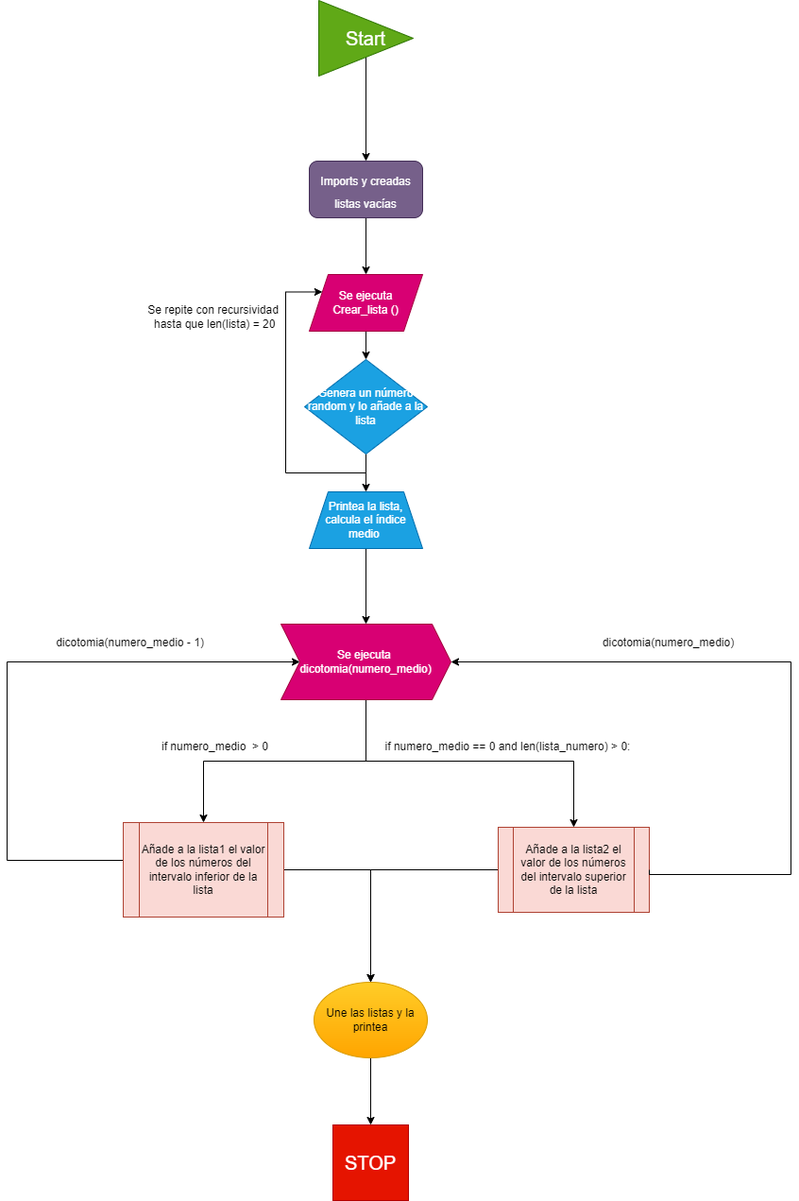
This is Flowcharts/Flow_Ejercicio1/Flowchart1.drawio.png from Diegodesantos1/EjerciciosOrdenar, a draw.io export, as it was before one commit. Source tidied: cells renumbered, new cells last; positions are measured from the earlier drawing's top-left corner, leaving out a move shared by most shapes. The source it was exported from:
```xml
<mxGraphModel>
  <root>
    <mxCell id="0" />
    <mxCell id="1" parent="0" />
    <mxCell id="2" style="edgeStyle=orthogonalEdgeStyle;rounded=0;jettySize=auto;html=1;fontSize=20;entryX=0.5;entryY=0;entryDx=0;entryDy=0;" parent="1" edge="1" source="3" target="5">
      <mxGeometry relative="1" as="geometry" />
    </mxCell>
    <mxCell id="3" value="&lt;font style=&quot;font-size: 20px&quot;&gt;Start&lt;/font&gt;" style="triangle;whiteSpace=wrap;html=1;fillColor=#60a917;fontColor=#ffffff;strokeColor=#2D7600;" parent="1" vertex="1">
      <mxGeometry x="330" width="100" height="80" as="geometry" />
    </mxCell>
    <mxCell id="4" style="edgeStyle=orthogonalEdgeStyle;rounded=0;jettySize=auto;html=1;fontSize=12;entryX=0.5;entryY=0;entryDx=0;entryDy=0;" parent="1" edge="1" source="5" target="7">
      <mxGeometry relative="1" as="geometry" />
    </mxCell>
    <mxCell id="5" value="&lt;font style=&quot;font-size: 12px&quot;&gt;Imports y creadas listas vacías&lt;/font&gt;" style="rounded=1;whiteSpace=wrap;html=1;fontSize=20;fillColor=#76608a;fontColor=#ffffff;strokeColor=#432D57;" parent="1" vertex="1">
      <mxGeometry x="320" y="170" width="120" height="60" as="geometry" />
    </mxCell>
    <mxCell id="6" style="edgeStyle=orthogonalEdgeStyle;rounded=0;jettySize=auto;html=1;fontSize=12;entryX=0.5;entryY=0;entryDx=0;entryDy=0;" parent="1" edge="1" source="7" target="10">
      <mxGeometry relative="1" as="geometry" />
    </mxCell>
    <mxCell id="7" value="Se ejecuta&lt;br&gt;Crear_lista ()" style="shape=parallelogram;perimeter=parallelogramPerimeter;whiteSpace=wrap;html=1;fixedSize=1;fontSize=12;fillColor=#d80073;fontColor=#ffffff;strokeColor=#A50040;" parent="1" vertex="1">
      <mxGeometry x="320" y="290" width="120" height="60" as="geometry" />
    </mxCell>
    <mxCell id="8" style="edgeStyle=orthogonalEdgeStyle;rounded=0;jettySize=auto;html=1;fontSize=12;entryX=0.5;entryY=0;entryDx=0;entryDy=0;entryPerimeter=0;" parent="1" edge="1" source="10" target="12">
      <mxGeometry relative="1" as="geometry" />
    </mxCell>
    <mxCell id="9" style="edgeStyle=orthogonalEdgeStyle;rounded=0;jettySize=auto;html=1;exitX=0.5;exitY=1;exitDx=0;exitDy=0;entryX=0;entryY=0.25;entryDx=0;entryDy=0;fontSize=12;" parent="1" edge="1" source="10" target="7">
      <mxGeometry relative="1" as="geometry">
        <Array as="points">
          <mxPoint x="380" y="500" />
          <mxPoint x="295" y="500" />
          <mxPoint x="295" y="309" />
        </Array>
      </mxGeometry>
    </mxCell>
    <mxCell id="10" value="Genera un número random y lo añade a la lista" style="rhombus;whiteSpace=wrap;html=1;fontSize=12;fillColor=#1ba1e2;fontColor=#ffffff;strokeColor=#006EAF;" parent="1" vertex="1">
      <mxGeometry x="315" y="380" width="130" height="100" as="geometry" />
    </mxCell>
    <mxCell id="11" style="edgeStyle=orthogonalEdgeStyle;rounded=0;jettySize=auto;html=1;fontSize=12;" parent="1" edge="1" source="12" target="16">
      <mxGeometry relative="1" as="geometry" />
    </mxCell>
    <mxCell id="12" value="Printea la lista, calcula el índice medio&amp;nbsp;" style="shape=trapezoid;perimeter=trapezoidPerimeter;whiteSpace=wrap;html=1;fixedSize=1;fontSize=12;fillColor=#1ba1e2;fontColor=#ffffff;strokeColor=#006EAF;" parent="1" vertex="1">
      <mxGeometry x="320" y="520" width="120" height="60" as="geometry" />
    </mxCell>
    <mxCell id="13" value="Se repite con recursividad&lt;br&gt;&amp;nbsp;hasta que len(lista) = 20" style="text;html=1;align=center;verticalAlign=middle;strokeColor=none;fillColor=none;fontSize=12;" parent="1" vertex="1">
      <mxGeometry x="143" y="320" width="150" height="30" as="geometry" />
    </mxCell>
    <mxCell id="14" style="edgeStyle=orthogonalEdgeStyle;rounded=0;jettySize=auto;html=1;fontSize=12;entryX=0.5;entryY=0;entryDx=0;entryDy=0;" parent="1" edge="1" source="16" target="19">
      <mxGeometry relative="1" as="geometry">
        <Array as="points">
          <mxPoint x="380" y="805" />
          <mxPoint x="208" y="805" />
        </Array>
      </mxGeometry>
    </mxCell>
    <mxCell id="15" style="edgeStyle=orthogonalEdgeStyle;rounded=0;jettySize=auto;html=1;fontSize=12;entryX=0.5;entryY=0;entryDx=0;entryDy=0;" parent="1" edge="1" source="16" target="21">
      <mxGeometry relative="1" as="geometry">
        <Array as="points">
          <mxPoint x="380" y="805" />
          <mxPoint x="600" y="805" />
        </Array>
      </mxGeometry>
    </mxCell>
    <mxCell id="16" value="Se ejecuta &lt;br&gt;dicotomia(numero_medio)" style="shape=step;perimeter=stepPerimeter;whiteSpace=wrap;html=1;fixedSize=1;fontSize=12;fillColor=#d80073;fontColor=#ffffff;strokeColor=#A50040;" parent="1" vertex="1">
      <mxGeometry x="290" y="660" width="180" height="80" as="geometry" />
    </mxCell>
    <mxCell id="17" style="edgeStyle=orthogonalEdgeStyle;rounded=0;jettySize=auto;html=1;fontSize=12;entryX=0;entryY=0.5;entryDx=0;entryDy=0;" parent="1" edge="1" source="19" target="16">
      <mxGeometry relative="1" as="geometry">
        <Array as="points">
          <mxPoint y="910" />
          <mxPoint y="700" />
        </Array>
      </mxGeometry>
    </mxCell>
    <mxCell id="18" style="edgeStyle=orthogonalEdgeStyle;rounded=0;jettySize=auto;html=1;fontSize=12;entryX=0.5;entryY=0;entryDx=0;entryDy=0;" parent="1" edge="1" source="19" target="28">
      <mxGeometry relative="1" as="geometry" />
    </mxCell>
    <mxCell id="19" value="&lt;span&gt;Añade a la lista1 el valor de los números del intervalo inferior de la lista&lt;/span&gt;" style="shape=process;whiteSpace=wrap;html=1;backgroundOutline=1;fontSize=12;fillColor=#fad9d5;strokeColor=#ae4132;" parent="1" vertex="1">
      <mxGeometry x="123" y="870" width="170" height="100" as="geometry" />
    </mxCell>
    <mxCell id="20" style="edgeStyle=orthogonalEdgeStyle;rounded=0;jettySize=auto;html=1;fontSize=12;entryX=0.5;entryY=0;entryDx=0;entryDy=0;" parent="1" edge="1" source="21" target="28">
      <mxGeometry relative="1" as="geometry" />
    </mxCell>
    <mxCell id="21" value="Añade a la lista2 el valor de los números del intervalo superior de la lista" style="shape=process;whiteSpace=wrap;html=1;backgroundOutline=1;fontSize=12;fillColor=#fad9d5;strokeColor=#ae4132;" parent="1" vertex="1">
      <mxGeometry x="520" y="875" width="160" height="90" as="geometry" />
    </mxCell>
    <mxCell id="22" value="if numero_medio&amp;nbsp; &amp;gt; 0" style="text;html=1;align=center;verticalAlign=middle;strokeColor=none;fillColor=none;fontSize=12;" parent="1" vertex="1">
      <mxGeometry x="155" y="780" width="130" height="20" as="geometry" />
    </mxCell>
    <mxCell id="23" value="dicotomia(numero_medio - 1)" style="text;html=1;align=center;verticalAlign=middle;strokeColor=none;fillColor=none;fontSize=12;" parent="1" vertex="1">
      <mxGeometry x="45" y="670" width="170" height="20" as="geometry" />
    </mxCell>
    <mxCell id="24" value="if numero_medio == 0 and len(lista_numero) &amp;gt; 0:" style="text;html=1;align=center;verticalAlign=middle;strokeColor=none;fillColor=none;fontSize=12;" parent="1" vertex="1">
      <mxGeometry x="390" y="780" width="280" height="20" as="geometry" />
    </mxCell>
    <mxCell id="25" style="edgeStyle=orthogonalEdgeStyle;rounded=0;jettySize=auto;html=1;fontSize=12;entryX=1;entryY=0.5;entryDx=0;entryDy=0;exitX=1;exitY=0.5;exitDx=0;exitDy=0;" parent="1" edge="1" source="21" target="16">
      <mxGeometry relative="1" as="geometry">
        <Array as="points">
          <mxPoint x="830" y="925" />
          <mxPoint x="830" y="700" />
        </Array>
      </mxGeometry>
    </mxCell>
    <mxCell id="26" value="dicotomia(numero_medio)" style="text;html=1;align=center;verticalAlign=middle;strokeColor=none;fillColor=none;fontSize=12;" parent="1" vertex="1">
      <mxGeometry x="625" y="670" width="150" height="20" as="geometry" />
    </mxCell>
    <mxCell id="27" style="edgeStyle=orthogonalEdgeStyle;rounded=0;jettySize=auto;html=1;fontSize=12;entryX=0.5;entryY=0;entryDx=0;entryDy=0;" parent="1" edge="1" source="28" target="29">
      <mxGeometry relative="1" as="geometry" />
    </mxCell>
    <mxCell id="28" value="Une las listas y la printea" style="ellipse;whiteSpace=wrap;html=1;fontSize=12;fillColor=#ffcd28;gradientColor=#ffa500;strokeColor=#d79b00;" parent="1" vertex="1">
      <mxGeometry x="325" y="1039" width="120" height="80" as="geometry" />
    </mxCell>
    <mxCell id="29" value="&lt;font style=&quot;font-size: 20px&quot;&gt;STOP&lt;/font&gt;" style="whiteSpace=wrap;html=1;fontSize=12;fillColor=#e51400;fontColor=#ffffff;strokeColor=#B20000;" parent="1" vertex="1">
      <mxGeometry x="345" y="1190" width="80" height="80" as="geometry" />
    </mxCell>
  </root>
</mxGraphModel>
```
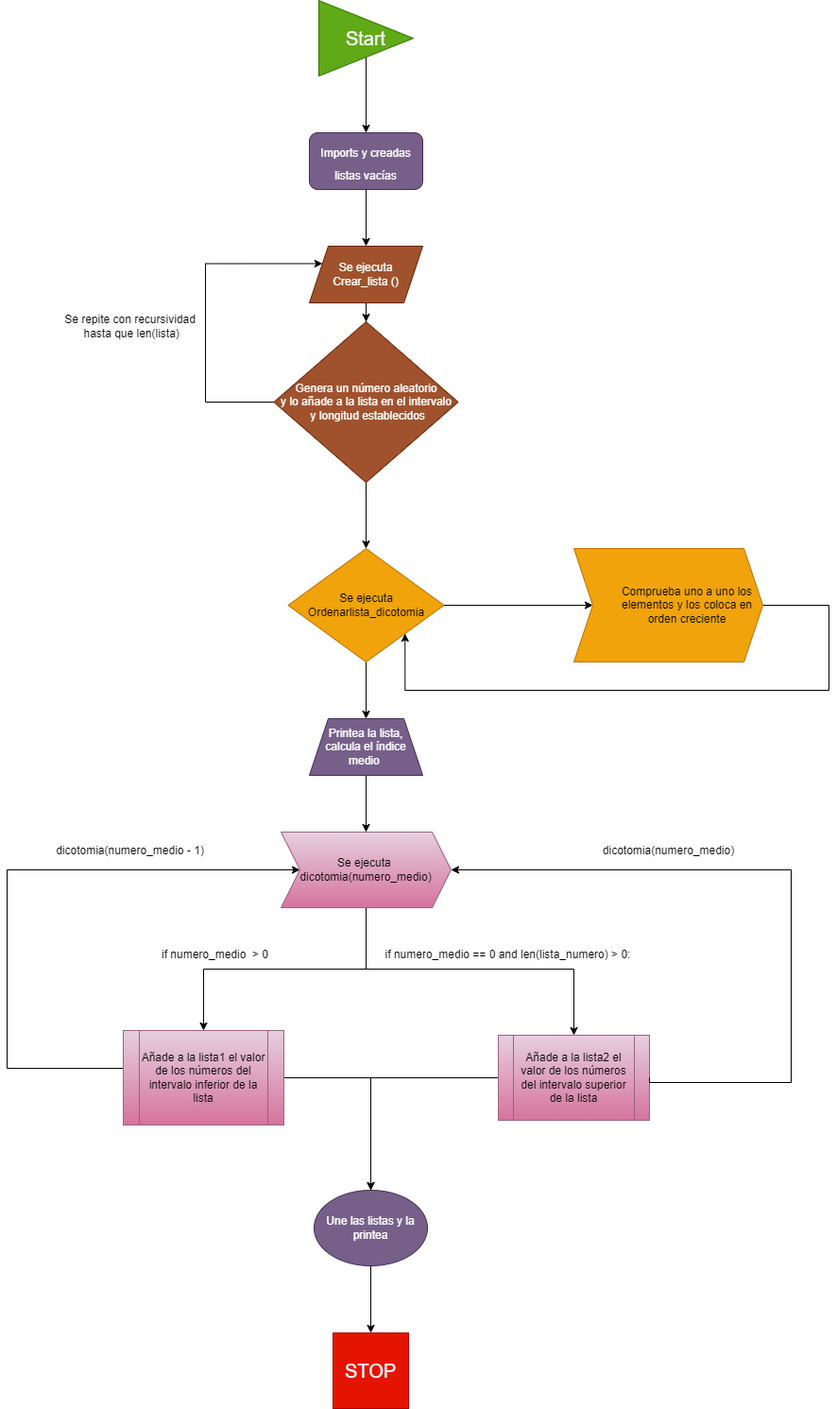
Above is the later version.

Commit message:
arreglado el flowchart 1

Diff of the diagram source:
```diff
@@ -5,44 +5,43 @@
     <mxCell id="2" style="edgeStyle=orthogonalEdgeStyle;rounded=0;jettySize=auto;html=1;fontSize=20;entryX=0.5;entryY=0;entryDx=0;entryDy=0;" parent="1" edge="1" source="3" target="5">
       <mxGeometry relative="1" as="geometry" />
     </mxCell>
-    <mxCell id="3" value="&lt;font style=&quot;font-size: 20px&quot;&gt;Start&lt;/font&gt;" style="triangle;whiteSpace=wrap;html=1;fillColor=#60a917;fontColor=#ffffff;strokeColor=#2D7600;" parent="1" vertex="1">
-      <mxGeometry x="330" width="100" height="80" as="geometry" />
+    <mxCell id="3" value="&lt;font style=&quot;font-size: 20px&quot;&gt;Start&lt;/font&gt;" style="triangle;whiteSpace=wrap;html=1;fillColor=#60a917;fontColor=#ffffff;strokeColor=#2D7600;align=center;" parent="1" vertex="1">
+      <mxGeometry x="330" y="-220" width="100" height="80" as="geometry" />
     </mxCell>
     <mxCell id="4" style="edgeStyle=orthogonalEdgeStyle;rounded=0;jettySize=auto;html=1;fontSize=12;entryX=0.5;entryY=0;entryDx=0;entryDy=0;" parent="1" edge="1" source="5" target="7">
       <mxGeometry relative="1" as="geometry" />
     </mxCell>
     <mxCell id="5" value="&lt;font style=&quot;font-size: 12px&quot;&gt;Imports y creadas listas vacías&lt;/font&gt;" style="rounded=1;whiteSpace=wrap;html=1;fontSize=20;fillColor=#76608a;fontColor=#ffffff;strokeColor=#432D57;" parent="1" vertex="1">
-      <mxGeometry x="320" y="170" width="120" height="60" as="geometry" />
+      <mxGeometry x="320" y="-80" width="120" height="60" as="geometry" />
     </mxCell>
     <mxCell id="6" style="edgeStyle=orthogonalEdgeStyle;rounded=0;jettySize=auto;html=1;fontSize=12;entryX=0.5;entryY=0;entryDx=0;entryDy=0;" parent="1" edge="1" source="7" target="10">
       <mxGeometry relative="1" as="geometry" />
     </mxCell>
-    <mxCell id="7" value="Se ejecuta&lt;br&gt;Crear_lista ()" style="shape=parallelogram;perimeter=parallelogramPerimeter;whiteSpace=wrap;html=1;fixedSize=1;fontSize=12;fillColor=#d80073;fontColor=#ffffff;strokeColor=#A50040;" parent="1" vertex="1">
-      <mxGeometry x="320" y="290" width="120" height="60" as="geometry" />
+    <mxCell id="7" value="Se ejecuta&lt;br&gt;Crear_lista ()" style="shape=parallelogram;perimeter=parallelogramPerimeter;whiteSpace=wrap;html=1;fixedSize=1;fontSize=12;fillColor=#a0522d;fontColor=#ffffff;strokeColor=#6D1F00;" parent="1" vertex="1">
+      <mxGeometry x="320" y="40" width="120" height="60" as="geometry" />
     </mxCell>
-    <mxCell id="8" style="edgeStyle=orthogonalEdgeStyle;rounded=0;jettySize=auto;html=1;fontSize=12;entryX=0.5;entryY=0;entryDx=0;entryDy=0;entryPerimeter=0;" parent="1" edge="1" source="10" target="12">
-      <mxGeometry relative="1" as="geometry" />
-    </mxCell>
-    <mxCell id="9" style="edgeStyle=orthogonalEdgeStyle;rounded=0;jettySize=auto;html=1;exitX=0.5;exitY=1;exitDx=0;exitDy=0;entryX=0;entryY=0.25;entryDx=0;entryDy=0;fontSize=12;" parent="1" edge="1" source="10" target="7">
+    <mxCell id="9" style="edgeStyle=orthogonalEdgeStyle;rounded=0;jettySize=auto;html=1;entryX=0;entryY=0.25;entryDx=0;entryDy=0;fontSize=12;exitX=0;exitY=0.5;exitDx=0;exitDy=0;" parent="1" edge="1" source="10" target="7">
       <mxGeometry relative="1" as="geometry">
         <Array as="points">
-          <mxPoint x="380" y="500" />
-          <mxPoint x="295" y="500" />
-          <mxPoint x="295" y="309" />
+          <mxPoint x="210" y="205" />
+          <mxPoint x="210" y="58" />
         </Array>
       </mxGeometry>
     </mxCell>
+    <mxCell id="30" style="edgeStyle=orthogonalEdgeStyle;rounded=0;jettySize=auto;html=1;entryX=0.5;entryY=0;entryDx=0;entryDy=0;" parent="1" edge="1" source="10" target="33">
+      <mxGeometry relative="1" as="geometry" />
+    </mxCell>
-    <mxCell id="10" value="Genera un número random y lo añade a la lista" style="rhombus;whiteSpace=wrap;html=1;fontSize=12;fillColor=#1ba1e2;fontColor=#ffffff;strokeColor=#006EAF;" parent="1" vertex="1">
-      <mxGeometry x="315" y="380" width="130" height="100" as="geometry" />
+    <mxCell id="10" value="Genera un número aleatorio&lt;br&gt;y lo añade a la lista en el intervalo&lt;br&gt;&amp;nbsp;y longitud establecidos" style="rhombus;whiteSpace=wrap;html=1;fontSize=12;fillColor=#a0522d;fontColor=#ffffff;strokeColor=#6D1F00;" parent="1" vertex="1">
+      <mxGeometry x="282.5" y="120" width="195" height="170" as="geometry" />
     </mxCell>
     <mxCell id="11" style="edgeStyle=orthogonalEdgeStyle;rounded=0;jettySize=auto;html=1;fontSize=12;" parent="1" edge="1" source="12" target="16">
       <mxGeometry relative="1" as="geometry" />
     </mxCell>
-    <mxCell id="12" value="Printea la lista, calcula el índice medio&amp;nbsp;" style="shape=trapezoid;perimeter=trapezoidPerimeter;whiteSpace=wrap;html=1;fixedSize=1;fontSize=12;fillColor=#1ba1e2;fontColor=#ffffff;strokeColor=#006EAF;" parent="1" vertex="1">
-      <mxGeometry x="320" y="520" width="120" height="60" as="geometry" />
+    <mxCell id="12" value="Printea la lista, calcula el índice medio&amp;nbsp;" style="shape=trapezoid;perimeter=trapezoidPerimeter;whiteSpace=wrap;html=1;fixedSize=1;fontSize=12;fillColor=#76608a;fontColor=#ffffff;strokeColor=#432D57;" parent="1" vertex="1">
+      <mxGeometry x="320" y="540" width="120" height="60" as="geometry" />
     </mxCell>
-    <mxCell id="13" value="Se repite con recursividad&lt;br&gt;&amp;nbsp;hasta que len(lista) = 20" style="text;html=1;align=center;verticalAlign=middle;strokeColor=none;fillColor=none;fontSize=12;" parent="1" vertex="1">
-      <mxGeometry x="143" y="320" width="150" height="30" as="geometry" />
+    <mxCell id="13" value="Se repite con recursividad&lt;br&gt;&amp;nbsp;hasta que len(lista)" style="text;html=1;align=center;verticalAlign=middle;strokeColor=none;fillColor=none;fontSize=12;" parent="1" vertex="1">
+      <mxGeometry x="55" y="110" width="150" height="30" as="geometry" />
     </mxCell>
     <mxCell id="14" style="edgeStyle=orthogonalEdgeStyle;rounded=0;jettySize=auto;html=1;fontSize=12;entryX=0.5;entryY=0;entryDx=0;entryDy=0;" parent="1" edge="1" source="16" target="19">
       <mxGeometry relative="1" as="geometry">
@@ -60,7 +59,7 @@
         </Array>
       </mxGeometry>
     </mxCell>
-    <mxCell id="16" value="Se ejecuta &lt;br&gt;dicotomia(numero_medio)" style="shape=step;perimeter=stepPerimeter;whiteSpace=wrap;html=1;fixedSize=1;fontSize=12;fillColor=#d80073;fontColor=#ffffff;strokeColor=#A50040;" parent="1" vertex="1">
+    <mxCell id="16" value="Se ejecuta &lt;br&gt;dicotomia(numero_medio)" style="shape=step;perimeter=stepPerimeter;whiteSpace=wrap;html=1;fixedSize=1;fontSize=12;fillColor=#e6d0de;strokeColor=#996185;gradientColor=#d5739d;" parent="1" vertex="1">
       <mxGeometry x="290" y="660" width="180" height="80" as="geometry" />
     </mxCell>
     <mxCell id="17" style="edgeStyle=orthogonalEdgeStyle;rounded=0;jettySize=auto;html=1;fontSize=12;entryX=0;entryY=0.5;entryDx=0;entryDy=0;" parent="1" edge="1" source="19" target="16">
@@ -74,13 +73,13 @@
     <mxCell id="18" style="edgeStyle=orthogonalEdgeStyle;rounded=0;jettySize=auto;html=1;fontSize=12;entryX=0.5;entryY=0;entryDx=0;entryDy=0;" parent="1" edge="1" source="19" target="28">
       <mxGeometry relative="1" as="geometry" />
     </mxCell>
-    <mxCell id="19" value="&lt;span&gt;Añade a la lista1 el valor de los números del intervalo inferior de la lista&lt;/span&gt;" style="shape=process;whiteSpace=wrap;html=1;backgroundOutline=1;fontSize=12;fillColor=#fad9d5;strokeColor=#ae4132;" parent="1" vertex="1">
+    <mxCell id="19" value="&lt;span&gt;Añade a la lista1 el valor de los números del intervalo inferior de la lista&lt;/span&gt;" style="shape=process;whiteSpace=wrap;html=1;backgroundOutline=1;fontSize=12;fillColor=#e6d0de;strokeColor=#996185;gradientColor=#d5739d;" parent="1" vertex="1">
       <mxGeometry x="123" y="870" width="170" height="100" as="geometry" />
     </mxCell>
     <mxCell id="20" style="edgeStyle=orthogonalEdgeStyle;rounded=0;jettySize=auto;html=1;fontSize=12;entryX=0.5;entryY=0;entryDx=0;entryDy=0;" parent="1" edge="1" source="21" target="28">
       <mxGeometry relative="1" as="geometry" />
     </mxCell>
-    <mxCell id="21" value="Añade a la lista2 el valor de los números del intervalo superior de la lista" style="shape=process;whiteSpace=wrap;html=1;backgroundOutline=1;fontSize=12;fillColor=#fad9d5;strokeColor=#ae4132;" parent="1" vertex="1">
+    <mxCell id="21" value="Añade a la lista2 el valor de los números del intervalo superior de la lista" style="shape=process;whiteSpace=wrap;html=1;backgroundOutline=1;fontSize=12;fillColor=#e6d0de;strokeColor=#996185;gradientColor=#d5739d;" parent="1" vertex="1">
       <mxGeometry x="520" y="875" width="160" height="90" as="geometry" />
     </mxCell>
     <mxCell id="22" value="if numero_medio&amp;nbsp; &amp;gt; 0" style="text;html=1;align=center;verticalAlign=middle;strokeColor=none;fillColor=none;fontSize=12;" parent="1" vertex="1">
@@ -106,11 +105,32 @@
     <mxCell id="27" style="edgeStyle=orthogonalEdgeStyle;rounded=0;jettySize=auto;html=1;fontSize=12;entryX=0.5;entryY=0;entryDx=0;entryDy=0;" parent="1" edge="1" source="28" target="29">
       <mxGeometry relative="1" as="geometry" />
     </mxCell>
-    <mxCell id="28" value="Une las listas y la printea" style="ellipse;whiteSpace=wrap;html=1;fontSize=12;fillColor=#ffcd28;gradientColor=#ffa500;strokeColor=#d79b00;" parent="1" vertex="1">
+    <mxCell id="28" value="Une las listas y la printea" style="ellipse;whiteSpace=wrap;html=1;fontSize=12;fillColor=#76608a;strokeColor=#432D57;fontColor=#ffffff;" parent="1" vertex="1">
       <mxGeometry x="325" y="1039" width="120" height="80" as="geometry" />
     </mxCell>
     <mxCell id="29" value="&lt;font style=&quot;font-size: 20px&quot;&gt;STOP&lt;/font&gt;" style="whiteSpace=wrap;html=1;fontSize=12;fillColor=#e51400;fontColor=#ffffff;strokeColor=#B20000;" parent="1" vertex="1">
       <mxGeometry x="345" y="1190" width="80" height="80" as="geometry" />
     </mxCell>
+    <mxCell id="31" style="edgeStyle=orthogonalEdgeStyle;rounded=0;jettySize=auto;html=1;entryX=0.5;entryY=0;entryDx=0;entryDy=0;" parent="1" edge="1" source="33" target="12">
+      <mxGeometry relative="1" as="geometry" />
+    </mxCell>
+    <mxCell id="32" style="edgeStyle=orthogonalEdgeStyle;rounded=0;jettySize=auto;html=1;entryX=0;entryY=0.5;entryDx=0;entryDy=0;" parent="1" edge="1" source="33" target="35">
+      <mxGeometry relative="1" as="geometry" />
+    </mxCell>
+    <mxCell id="33" value="Se ejecuta Ordenarlista_dicotomia" style="rhombus;whiteSpace=wrap;html=1;fontSize=12;fillColor=#f0a30a;fontColor=#000000;strokeColor=#BD7000;" parent="1" vertex="1">
+      <mxGeometry x="297.5" y="360" width="165" height="120" as="geometry" />
+    </mxCell>
+    <mxCell id="34" style="edgeStyle=orthogonalEdgeStyle;rounded=0;jettySize=auto;html=1;entryX=1;entryY=1;entryDx=0;entryDy=0;" parent="1" edge="1" source="35" target="33">
+      <mxGeometry relative="1" as="geometry">
+        <Array as="points">
+          <mxPoint x="870" y="420" />
+          <mxPoint x="870" y="510" />
+          <mxPoint x="421" y="510" />
+        </Array>
+      </mxGeometry>
+    </mxCell>
+    <mxCell id="35" value="&lt;blockquote style=&quot;margin: 0 0 0 40px ; border: none ; padding: 0px&quot;&gt;&lt;div&gt;&lt;span&gt;Comprueba uno a uno los elementos y los coloca en orden creciente&lt;/span&gt;&lt;/div&gt;&lt;/blockquote&gt;" style="shape=step;perimeter=stepPerimeter;whiteSpace=wrap;html=1;fixedSize=1;align=center;fillColor=#f0a30a;fontColor=#000000;strokeColor=#BD7000;" parent="1" vertex="1">
+      <mxGeometry x="600" y="360" width="200" height="120" as="geometry" />
+    </mxCell>
   </root>
 </mxGraphModel>
```
